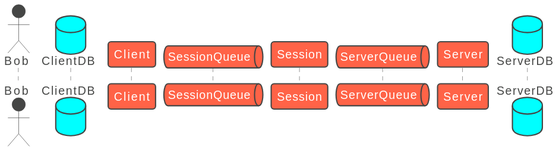
Above: out/removeFriend.svg in mchlebosz/IPC-Chat-Service (PlantUML), before the change.
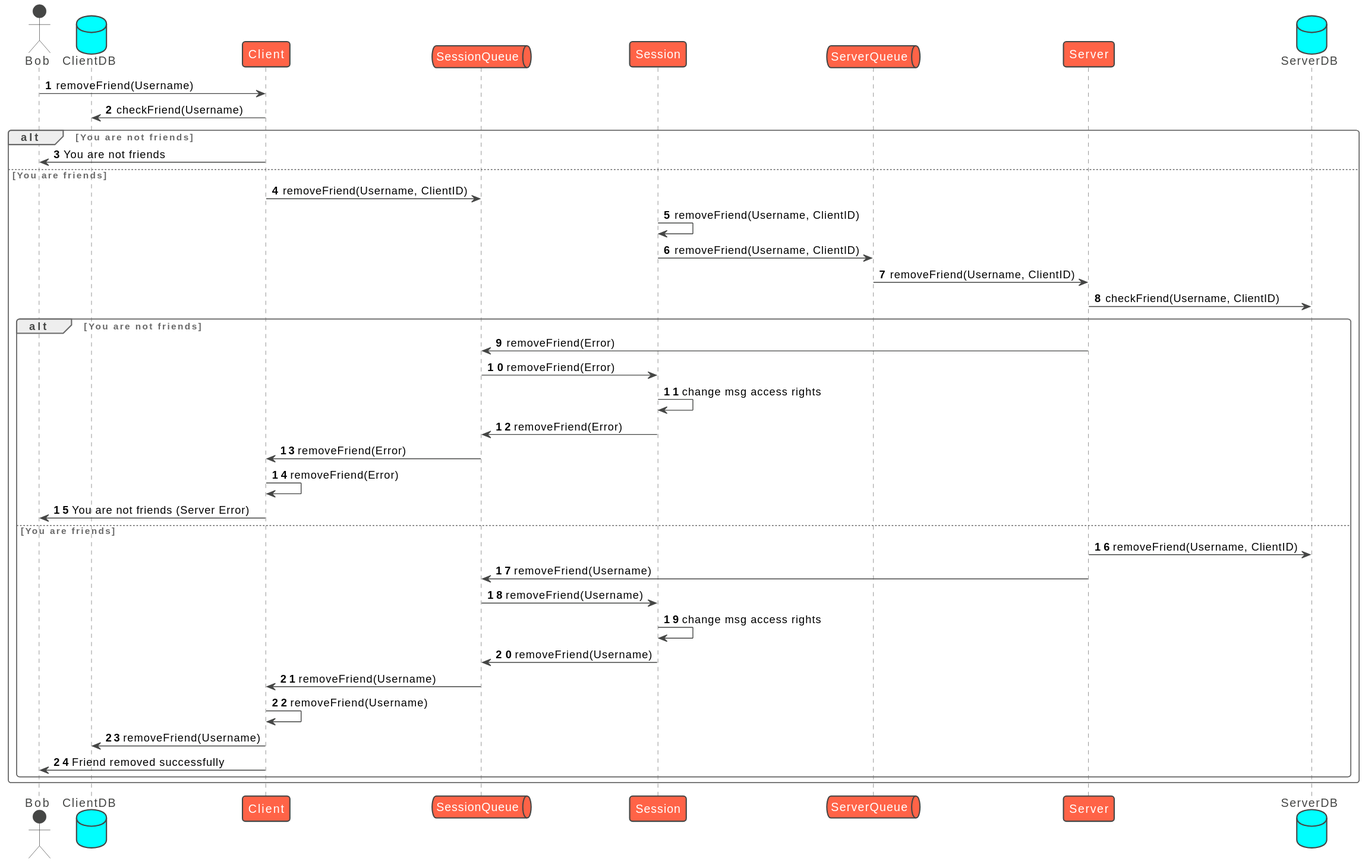
After the commit.

What changed in the source:
```diff
@@ -11,4 +11,35 @@
 queue ServerQueue
 participant Server
 database ServerDB
+
+User -> Client : removeFriend(Username)
+Client -> ClientDB : checkFriend(Username)
+alt You are not friends
+    Client -> User : You are not friends
+else You are friends
+    Client -> SessionQueue : removeFriend(Username, ClientID)
+    Session -> Session : removeFriend(Username, ClientID)
+    Session -> ServerQueue : removeFriend(Username, ClientID)
+    Server <- ServerQueue : removeFriend(Username, ClientID)
+    Server -> ServerDB : checkFriend(Username, ClientID)
+    alt You are not friends
+        Server -> SessionQueue : removeFriend(Error)
+        SessionQueue -> Session : removeFriend(Error)
+        Session -> Session : change msg access rights
+        Session -> SessionQueue : removeFriend(Error)
+        SessionQueue -> Client : removeFriend(Error)
+        Client -> Client : removeFriend(Error)
+        Client -> User : You are not friends (Server Error)
+    else You are friends
+        Server -> ServerDB : removeFriend(Username, ClientID)
+        Server -> SessionQueue : removeFriend(Username)
+        Session <- SessionQueue : removeFriend(Username)
+        Session -> Session : change msg access rights
+        Session -> SessionQueue : removeFriend(Username)
+        SessionQueue -> Client : removeFriend(Username)
+        Client -> Client : removeFriend(Username)
+        Client -> ClientDB : removeFriend(Username)
+        Client -> User : Friend removed successfully
+    end
+end
 @enduml
```
